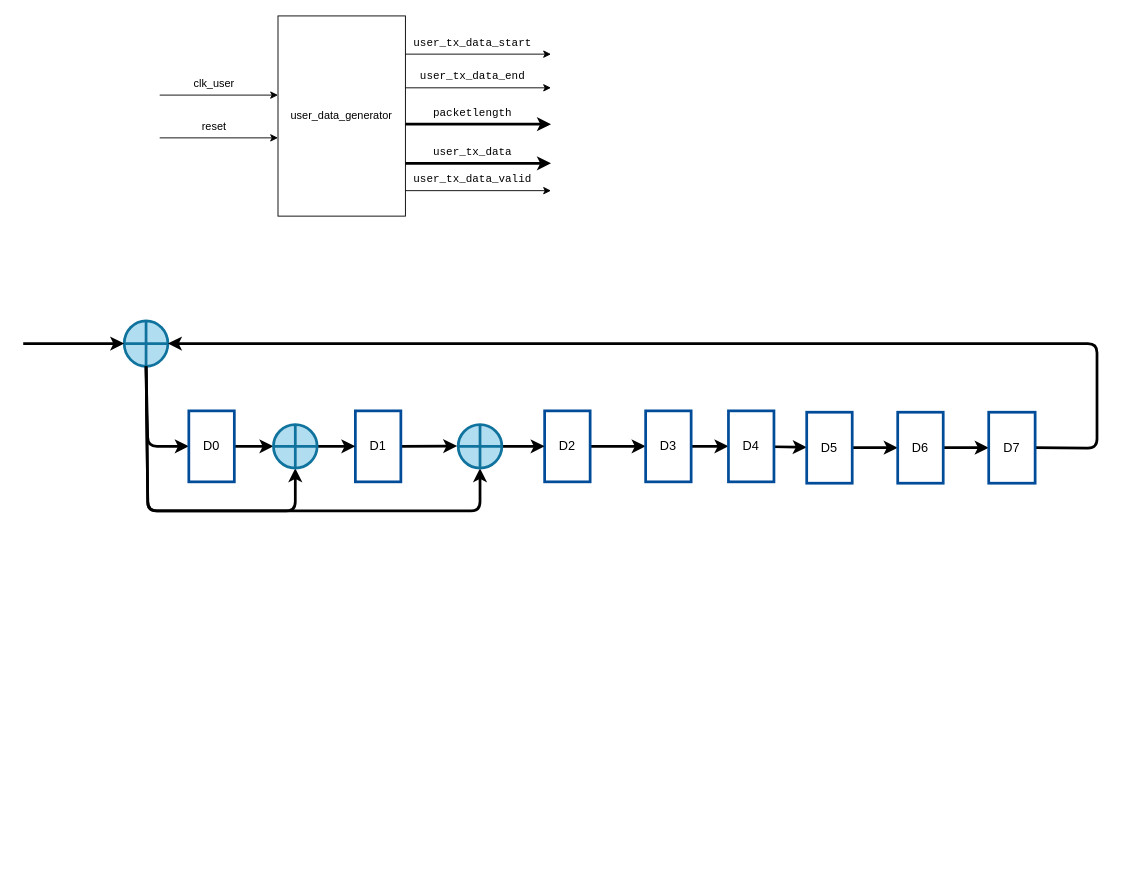
The draw.io diagram source/_posts/2022.4/OFDM-802-11a学习-用户数据与CRC/module.drawio in black-pigeon/black-pigeon.github.io, before the edit. Source tidied: cells renumbered, new cells numbered last; positions are measured from the earlier drawing's top-left corner, leaving out a move shared by most shapes. Both pictures are drawn from the tidied source at 91%, with x=0, y=0 at pixel (23, 15).
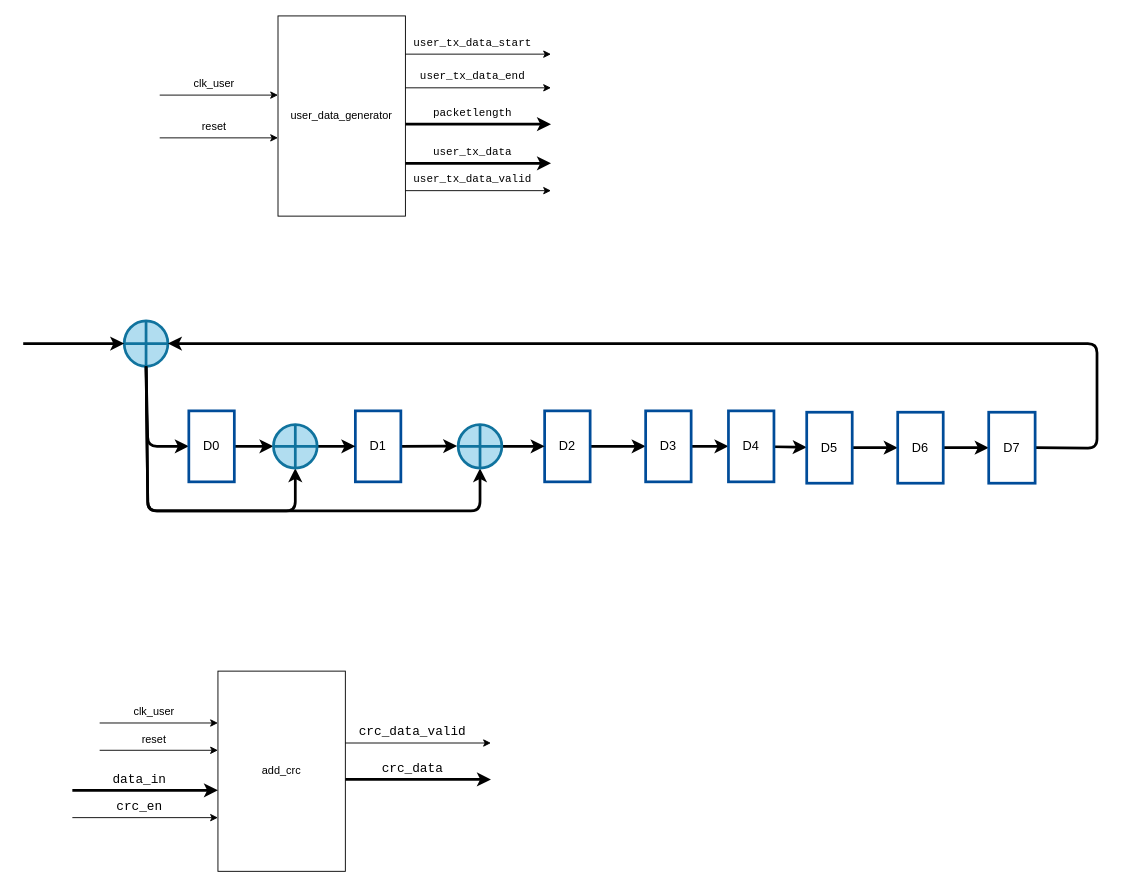
After the change.

The edit, as a diff of the source:
```diff
@@
+    <mxCell id="49" value="&lt;font color=&quot;#000000&quot;&gt;add_crc&lt;/font&gt;" style="rounded=0;whiteSpace=wrap;html=1;fillColor=none;strokeColor=#000000;" parent="1" vertex="1">
+      <mxGeometry x="214" y="720" width="140" height="220" as="geometry" />
+    </mxCell>
+    <mxCell id="50" style="group;" parent="1" vertex="1">
+      <mxGeometry x="84" y="750" width="130" height="30" as="geometry" />
+    </mxCell>
+    <mxCell id="51" style="endArrow=classic;html=1;strokeColor=#000000;" parent="50" edge="1">
+      <mxGeometry relative="1" as="geometry">
+        <mxPoint y="27" as="sourcePoint" />
+        <mxPoint x="130" y="27" as="targetPoint" />
+      </mxGeometry>
+    </mxCell>
+    <mxCell id="52" value="&lt;font color=&quot;#000000&quot;&gt;clk_user&lt;/font&gt;" style="text;html=1;strokeColor=none;fillColor=none;align=center;verticalAlign=middle;whiteSpace=wrap;rounded=0;" parent="50" vertex="1">
+      <mxGeometry x="30" width="60" height="30" as="geometry" />
+    </mxCell>
+    <mxCell id="53" style="group;" parent="1" vertex="1">
+      <mxGeometry x="84" y="780" width="130" height="30" as="geometry" />
+    </mxCell>
+    <mxCell id="54" style="endArrow=classic;html=1;strokeColor=#000000;" parent="53" edge="1">
+      <mxGeometry relative="1" as="geometry">
+        <mxPoint y="27" as="sourcePoint" />
+        <mxPoint x="130" y="27" as="targetPoint" />
+      </mxGeometry>
+    </mxCell>
+    <mxCell id="55" value="&lt;font color=&quot;#000000&quot;&gt;reset&lt;/font&gt;" style="text;html=1;strokeColor=none;fillColor=none;align=center;verticalAlign=middle;whiteSpace=wrap;rounded=0;" parent="53" vertex="1">
+      <mxGeometry x="30" width="60" height="30" as="geometry" />
+    </mxCell>
+    <mxCell id="56" style="group;" parent="1" vertex="1">
+      <mxGeometry x="354" y="772" width="160" height="30" as="geometry" />
+    </mxCell>
+    <mxCell id="57" style="endArrow=classic;html=1;strokeColor=#000000;" parent="56" edge="1">
+      <mxGeometry relative="1" as="geometry">
+        <mxPoint y="27" as="sourcePoint" />
+        <mxPoint x="160" y="27" as="targetPoint" />
+      </mxGeometry>
+    </mxCell>
+    <mxCell id="58" value="&lt;div style=&quot;font-family: monospace , &amp;#34;droid sans mono&amp;#34; , monospace , monospace ; line-height: 19px&quot;&gt;&lt;div style=&quot;font-family: monospace , &amp;#34;droid sans mono&amp;#34; , monospace , monospace ; font-size: 14px ; line-height: 19px&quot;&gt;&lt;font color=&quot;#000000&quot;&gt;crc_data_valid&lt;/font&gt;&lt;/div&gt;&lt;/div&gt;" style="text;html=1;strokeColor=none;fillColor=none;align=center;verticalAlign=middle;whiteSpace=wrap;rounded=0;" parent="56" vertex="1">
+      <mxGeometry x="36.9" width="73.8" height="30" as="geometry" />
+    </mxCell>
+    <mxCell id="59" style="group;" parent="1" vertex="1">
+      <mxGeometry x="354" y="812" width="160" height="30" as="geometry" />
+    </mxCell>
+    <mxCell id="60" style="endArrow=classic;html=1;strokeColor=#000000;strokeWidth=3;" parent="59" edge="1">
+      <mxGeometry relative="1" as="geometry">
+        <mxPoint y="27" as="sourcePoint" />
+        <mxPoint x="160" y="27" as="targetPoint" />
+      </mxGeometry>
+    </mxCell>
+    <mxCell id="61" value="&lt;div style=&quot;font-family: monospace , &amp;#34;droid sans mono&amp;#34; , monospace , monospace ; line-height: 19px&quot;&gt;&lt;div style=&quot;font-family: monospace , &amp;#34;droid sans mono&amp;#34; , monospace , monospace ; font-size: 14px ; line-height: 19px&quot;&gt;&lt;font color=&quot;#000000&quot;&gt;crc_data&lt;/font&gt;&lt;/div&gt;&lt;/div&gt;" style="text;html=1;strokeColor=none;fillColor=none;align=center;verticalAlign=middle;whiteSpace=wrap;rounded=0;" parent="59" vertex="1">
+      <mxGeometry x="36.9" width="73.8" height="30" as="geometry" />
+    </mxCell>
+    <mxCell id="62" style="group;strokeWidth=11;" parent="1" vertex="1">
+      <mxGeometry x="54" y="824" width="160" height="30" as="geometry" />
+    </mxCell>
+    <mxCell id="63" style="endArrow=classic;html=1;strokeColor=#000000;strokeWidth=3;" parent="62" edge="1">
+      <mxGeometry relative="1" as="geometry">
+        <mxPoint y="27" as="sourcePoint" />
+        <mxPoint x="160" y="27" as="targetPoint" />
+      </mxGeometry>
+    </mxCell>
+    <mxCell id="64" value="&lt;div style=&quot;font-family: monospace , &amp;#34;droid sans mono&amp;#34; , monospace , monospace ; line-height: 19px&quot;&gt;&lt;div style=&quot;font-family: monospace , &amp;#34;droid sans mono&amp;#34; , monospace , monospace ; font-size: 14px ; line-height: 19px&quot;&gt;&lt;font color=&quot;#000000&quot;&gt;data_in&lt;/font&gt;&lt;/div&gt;&lt;/div&gt;" style="text;html=1;strokeColor=none;fillColor=none;align=center;verticalAlign=middle;whiteSpace=wrap;rounded=0;" parent="62" vertex="1">
+      <mxGeometry x="36.9" width="73.8" height="30" as="geometry" />
+    </mxCell>
+    <mxCell id="65" style="group;" parent="1" vertex="1">
+      <mxGeometry x="54" y="854" width="160" height="30" as="geometry" />
+    </mxCell>
+    <mxCell id="66" style="endArrow=classic;html=1;strokeColor=#000000;" parent="65" edge="1">
+      <mxGeometry relative="1" as="geometry">
+        <mxPoint y="27" as="sourcePoint" />
+        <mxPoint x="160" y="27" as="targetPoint" />
+      </mxGeometry>
+    </mxCell>
+    <mxCell id="67" value="&lt;div style=&quot;font-family: monospace , &amp;#34;droid sans mono&amp;#34; , monospace , monospace ; line-height: 19px&quot;&gt;&lt;div style=&quot;font-family: monospace , &amp;#34;droid sans mono&amp;#34; , monospace , monospace ; font-size: 14px ; line-height: 19px&quot;&gt;&lt;font color=&quot;#000000&quot;&gt;crc_en&lt;/font&gt;&lt;/div&gt;&lt;/div&gt;" style="text;html=1;strokeColor=none;fillColor=none;align=center;verticalAlign=middle;whiteSpace=wrap;rounded=0;" parent="65" vertex="1">
+      <mxGeometry x="36.9" width="73.8" height="30" as="geometry" />
+    </mxCell>
```
